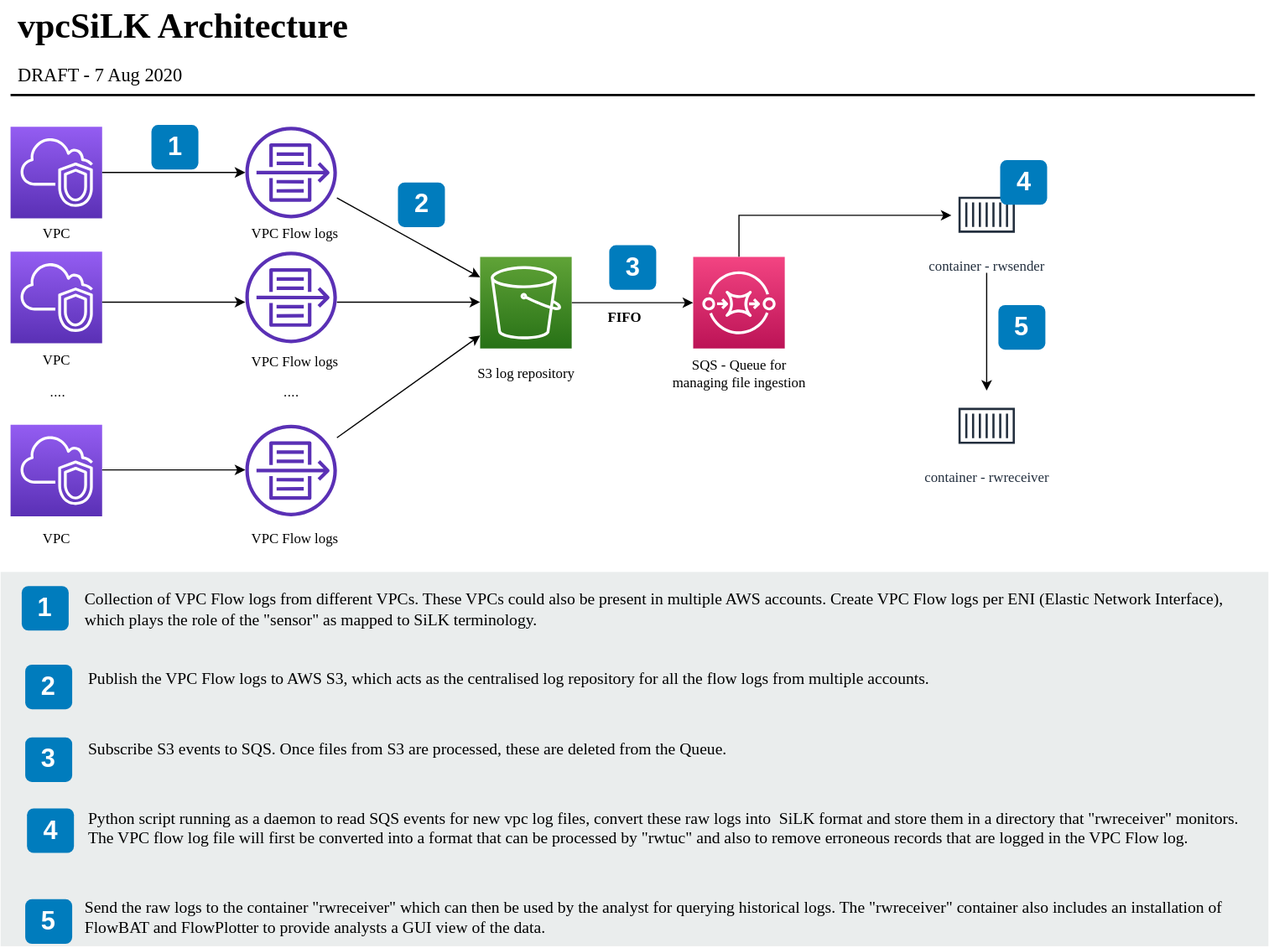
ballaswetha/silk-vpc keeps this draw.io diagram as images/vSiLK architecture.svg. Above is the earlier version. Source tidied: cells renumbered, new cells last; positions are measured from the earlier drawing's top-left corner, leaving out a move shared by most shapes.
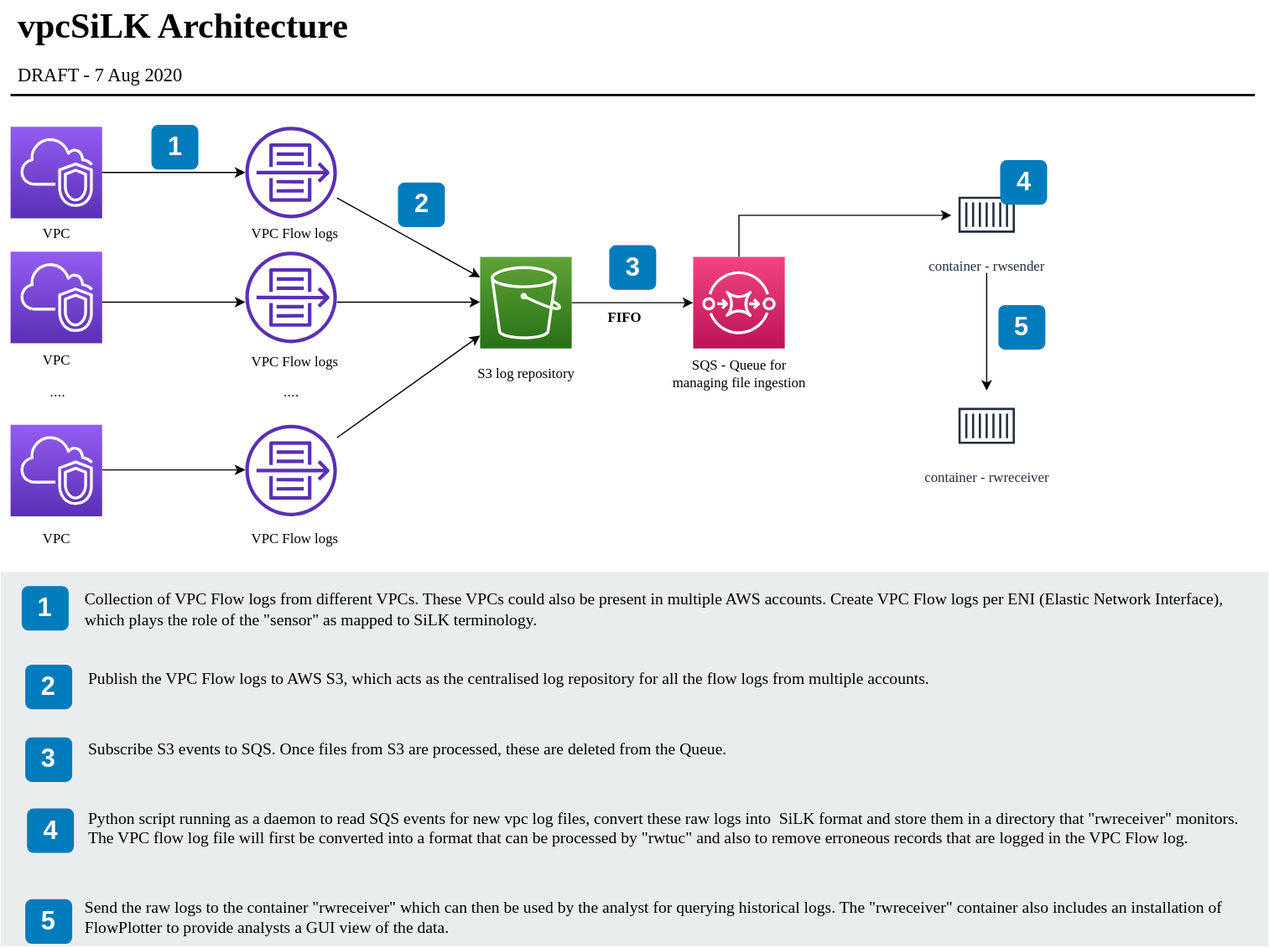
After the change.

What changed in the source:
```diff
@@ -136,7 +136,7 @@
     <mxCell id="42" value="&lt;font face=&quot;Garamond&quot;&gt;Subscribe S3 events to SQS. Once files from S3 are processed, these are deleted from the Queue.&lt;br&gt;&lt;/font&gt;" style="text;html=1;align=left;verticalAlign=top;spacingTop=-4;fontSize=14;labelBackgroundColor=none;whiteSpace=wrap;" parent="1" vertex="1">
       <mxGeometry x="73" y="626.5" width="981.5" height="39.5" as="geometry" />
     </mxCell>
-    <mxCell id="43" value="&lt;span&gt;Send the raw logs to the container &quot;rwreceiver&quot; which can then be used by the analyst for querying historical logs. The &quot;rwreceiver&quot; container also includes an installation of FlowBAT and FlowPlotter to provide analysts a GUI view of the data. &lt;/span&gt;" style="text;html=1;align=left;verticalAlign=top;spacingTop=-4;fontSize=14;labelBackgroundColor=none;whiteSpace=wrap;fontFamily=Garamond;" parent="1" vertex="1">
+    <mxCell id="43" value="&lt;span&gt;Send the raw logs to the container &quot;rwreceiver&quot; which can then be used by the analyst for querying historical logs. The &quot;rwreceiver&quot; container also includes an installation of FlowPlotter to provide analysts a GUI view of the data. &lt;/span&gt;" style="text;html=1;align=left;verticalAlign=top;spacingTop=-4;fontSize=14;labelBackgroundColor=none;whiteSpace=wrap;fontFamily=Garamond;" parent="1" vertex="1">
       <mxGeometry x="69.5" y="762.5" width="981.5" height="45" as="geometry" />
     </mxCell>
     <mxCell id="44" value="5" style="rounded=1;whiteSpace=wrap;html=1;fillColor=#007CBD;strokeColor=none;fontColor=#FFFFFF;fontStyle=1;fontSize=22;labelBackgroundColor=none;" parent="1" vertex="1">
```
